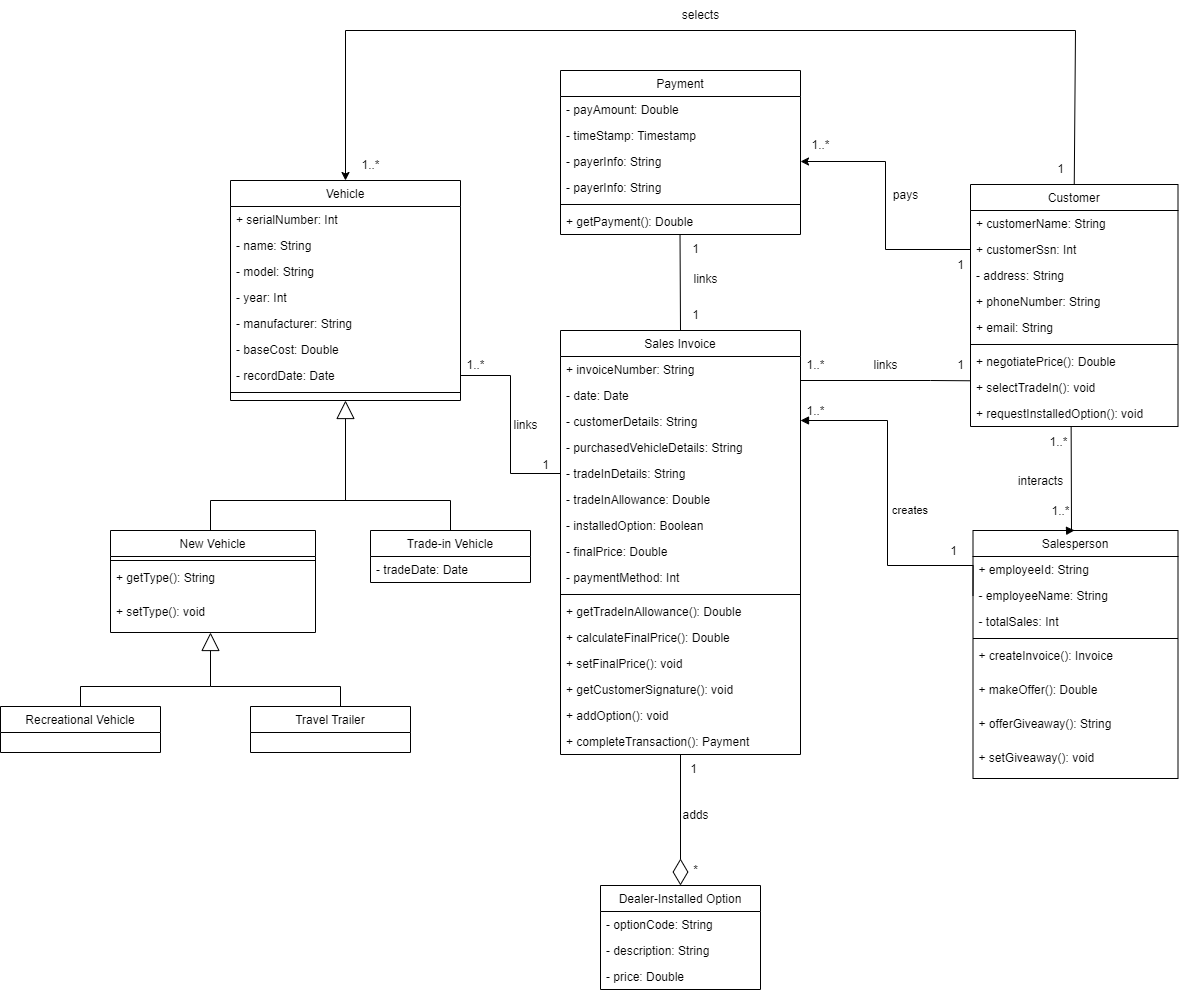
Before: holiday_travel_vehicles.drawio.png, a diagram exported from draw.io (LarryChenCode/IS7020_diagrams). Source tidied: cells renumbered, new cells last; positions are measured from the earlier drawing's top-left corner, leaving out a move shared by most shapes.
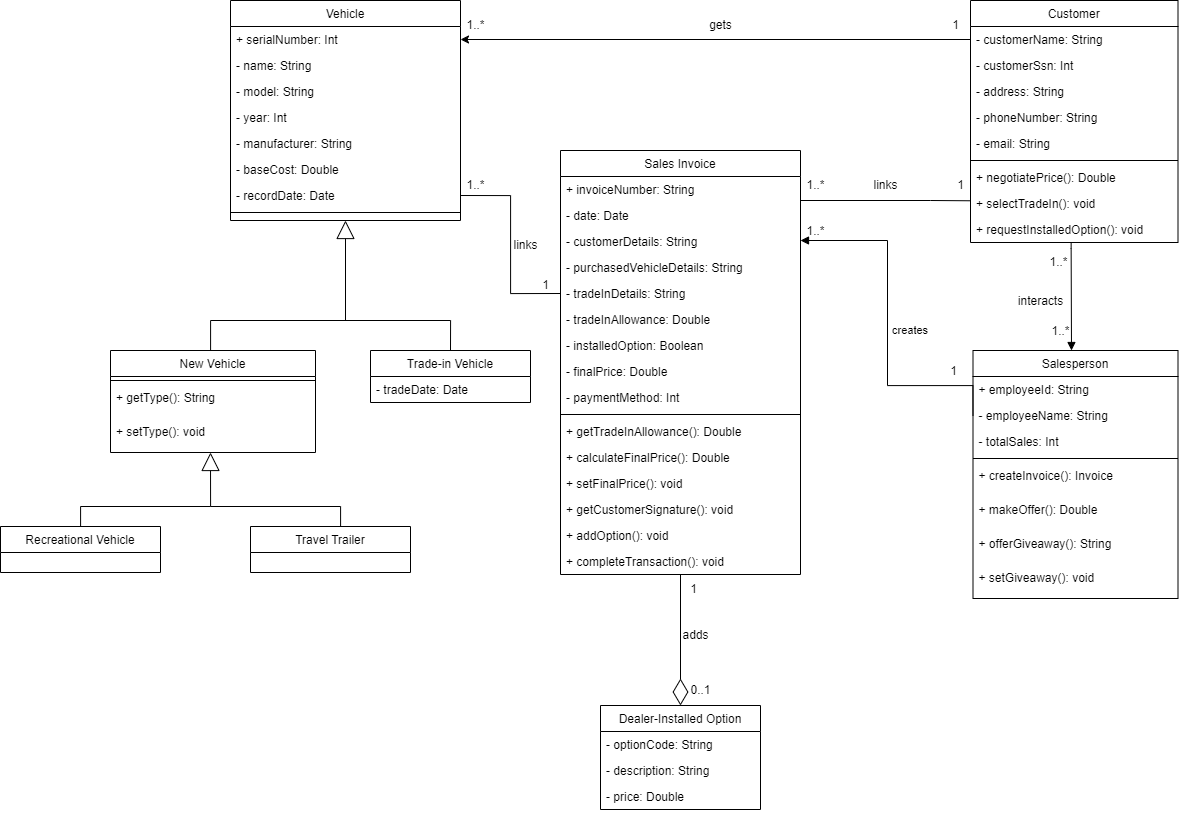
Later version of the same file.

The edit, as a diff of the source:
```diff
@@ -104,33 +104,32 @@
     <mxCell id="35" value="+ addOption(): void" style="text;align=left;verticalAlign=top;spacingLeft=4;spacingRight=4;overflow=hidden;" parent="20" vertex="1">
       <mxGeometry y="372" width="240" height="26" as="geometry" />
     </mxCell>
-    <mxCell id="36" value="+ completeTransaction(): Payment" style="text;align=left;verticalAlign=top;spacingLeft=4;spacingRight=4;overflow=hidden;" parent="20" vertex="1">
+    <mxCell id="36" value="+ completeTransaction(): void" style="text;align=left;verticalAlign=top;spacingLeft=4;spacingRight=4;overflow=hidden;" parent="20" vertex="1">
       <mxGeometry y="398" width="240" height="26" as="geometry" />
     </mxCell>
-    <mxCell id="37" style="edgeStyle=orthogonalEdgeStyle;rounded=0;jettySize=auto;html=1;entryX=0.5;entryY=0;entryDx=0;entryDy=0;exitX=0.5;exitY=0;exitDx=0;exitDy=0;" parent="1" edge="1" source="38" target="2">
+    <mxCell id="37" style="edgeStyle=orthogonalEdgeStyle;rounded=0;jettySize=auto;html=1;entryX=1;entryY=0.5;entryDx=0;entryDy=0;exitX=0;exitY=0.5;exitDx=0;exitDy=0;" parent="1" edge="1" source="39" target="3">
       <mxGeometry relative="1" as="geometry">
         <Array as="points">
-          <mxPoint x="1075" y="30" />
-          <mxPoint x="345" y="30" />
+          <mxPoint x="970" y="219" />
         </Array>
       </mxGeometry>
     </mxCell>
     <mxCell id="38" value="Customer" style="swimlane;fontStyle=0;align=center;verticalAlign=top;horizontal=1;startSize=26;rounded=0;shadow=0;strokeWidth=1;" parent="1" vertex="1">
-      <mxGeometry x="970" y="184" width="207.5" height="242" as="geometry" />
+      <mxGeometry x="970" y="180" width="207.5" height="242" as="geometry" />
     </mxCell>
-    <mxCell id="39" value="+ customerName: String" style="text;align=left;verticalAlign=top;spacingLeft=4;spacingRight=4;overflow=hidden;points=[[0,0.5],[1,0.5]];portConstraint=eastwest;" parent="38" vertex="1">
+    <mxCell id="39" value="- customerName: String" style="text;align=left;verticalAlign=top;spacingLeft=4;spacingRight=4;overflow=hidden;points=[[0,0.5],[1,0.5]];portConstraint=eastwest;" parent="38" vertex="1">
       <mxGeometry y="26" width="207.5" height="26" as="geometry" />
     </mxCell>
-    <mxCell id="40" value="+ customerSsn: Int" style="text;align=left;verticalAlign=top;spacingLeft=4;spacingRight=4;overflow=hidden;points=[[0,0.5],[1,0.5]];portConstraint=eastwest;" parent="38" vertex="1">
+    <mxCell id="40" value="- customerSsn: Int" style="text;align=left;verticalAlign=top;spacingLeft=4;spacingRight=4;overflow=hidden;points=[[0,0.5],[1,0.5]];portConstraint=eastwest;" parent="38" vertex="1">
       <mxGeometry y="52" width="207.5" height="26" as="geometry" />
     </mxCell>
     <mxCell id="41" value="- address: String" style="text;align=left;verticalAlign=top;spacingLeft=4;spacingRight=4;overflow=hidden;rounded=0;shadow=0;html=0;" parent="38" vertex="1">
       <mxGeometry y="78" width="207.5" height="26" as="geometry" />
     </mxCell>
-    <mxCell id="42" value="+ phoneNumber: String" style="text;align=left;verticalAlign=top;spacingLeft=4;spacingRight=4;overflow=hidden;rounded=0;shadow=0;html=0;" parent="38" vertex="1">
+    <mxCell id="42" value="- phoneNumber: String" style="text;align=left;verticalAlign=top;spacingLeft=4;spacingRight=4;overflow=hidden;rounded=0;shadow=0;html=0;" parent="38" vertex="1">
       <mxGeometry y="104" width="207.5" height="26" as="geometry" />
     </mxCell>
-    <mxCell id="43" value="+ email: String" style="text;align=left;verticalAlign=top;spacingLeft=4;spacingRight=4;overflow=hidden;rounded=0;shadow=0;html=0;" parent="38" vertex="1">
+    <mxCell id="43" value="- email: String" style="text;align=left;verticalAlign=top;spacingLeft=4;spacingRight=4;overflow=hidden;rounded=0;shadow=0;html=0;" parent="38" vertex="1">
       <mxGeometry y="130" width="207.5" height="26" as="geometry" />
     </mxCell>
     <mxCell id="44" style="line;html=1;strokeWidth=1;align=left;verticalAlign=middle;spacingTop=-1;spacingLeft=3;spacingRight=3;labelPosition=right;" parent="38" vertex="1">
@@ -157,8 +156,9 @@
     <mxCell id="51" value="- price: Double" style="text;align=left;verticalAlign=top;spacingLeft=4;spacingRight=4;overflow=hidden;" parent="48" vertex="1">
       <mxGeometry y="78" width="160" height="26" as="geometry" />
     </mxCell>
-    <mxCell id="52" style="endArrow=block;endFill=1;html=1;edgeStyle=orthogonalEdgeStyle;align=left;verticalAlign=top;rounded=0;entryX=0.852;entryY=1.129;entryDx=0;entryDy=0;entryPerimeter=0;exitX=0.485;exitY=1.007;exitDx=0;exitDy=0;exitPerimeter=0;" parent="1" edge="1" source="47" target="53">
+    <mxCell id="52" style="endArrow=block;endFill=1;html=1;edgeStyle=orthogonalEdgeStyle;align=left;verticalAlign=top;rounded=0;exitX=0.485;exitY=1.007;exitDx=0;exitDy=0;exitPerimeter=0;" parent="1" edge="1" source="47">
       <mxGeometry x="-0.23" y="-41" relative="1" as="geometry">
+        <mxPoint x="1070" y="530" as="targetPoint" />
         <Array as="points">
           <mxPoint x="1071" y="428" />
           <mxPoint x="1071" y="428" />
@@ -169,12 +169,12 @@
     <mxCell id="53" value="1..*" style="text;html=1;align=center;verticalAlign=middle;points=[];strokeColor=none;fillColor=none;" parent="1" vertex="1">
       <mxGeometry x="1040" y="496" width="40" height="30" as="geometry" />
     </mxCell>
-    <mxCell id="54" value="creates" style="endArrow=block;endFill=1;html=1;edgeStyle=orthogonalEdgeStyle;align=left;verticalAlign=top;rounded=0;exitX=0;exitY=0.5;exitDx=0;exitDy=0;entryX=1;entryY=0.5;entryDx=0;entryDy=0;" parent="1" edge="1" source="13" target="23">
+    <mxCell id="54" value="creates" style="endArrow=block;endFill=1;html=1;edgeStyle=orthogonalEdgeStyle;align=left;verticalAlign=top;rounded=0;exitX=0;exitY=0.5;exitDx=0;exitDy=0;entryX=0.125;entryY=0.8;entryDx=0;entryDy=0;entryPerimeter=0;" parent="1" edge="1" source="13" target="55">
       <mxGeometry x="0.06" y="-3" relative="1" as="geometry">
         <Array as="points">
+          <mxPoint x="972" y="565" />
           <mxPoint x="887" y="565" />
           <mxPoint x="887" y="420" />
-          <mxPoint x="800" y="420" />
         </Array>
       </mxGeometry>
     </mxCell>
@@ -205,7 +205,7 @@
       </mxGeometry>
     </mxCell>
     <mxCell id="60" value="1" style="text;html=1;align=center;verticalAlign=middle;strokeColor=none;fillColor=none;" parent="1" vertex="1">
-      <mxGeometry x="1045" y="154" width="30" height="30" as="geometry" />
+      <mxGeometry x="940" y="190" width="30" height="30" as="geometry" />
     </mxCell>
     <mxCell id="61" value="links" style="text;html=1;align=center;verticalAlign=middle;strokeColor=none;fillColor=none;" parent="1" vertex="1">
       <mxGeometry x="500" y="410" width="50" height="30" as="geometry" />
@@ -261,8 +261,8 @@
     <mxCell id="74" value="1" style="text;html=1;align=center;verticalAlign=middle;strokeColor=none;fillColor=none;" parent="1" vertex="1">
       <mxGeometry x="678" y="754" width="30" height="30" as="geometry" />
     </mxCell>
-    <mxCell id="75" value="*" style="text;html=1;align=center;verticalAlign=middle;strokeColor=none;fillColor=none;" parent="1" vertex="1">
-      <mxGeometry x="680" y="855" width="30" height="30" as="geometry" />
+    <mxCell id="75" value="0..1" style="text;html=1;align=center;verticalAlign=middle;strokeColor=none;fillColor=none;" parent="1" vertex="1">
+      <mxGeometry x="680" y="855" width="40" height="30" as="geometry" />
     </mxCell>
     <mxCell id="76" value="adds" style="text;html=1;align=center;verticalAlign=middle;strokeColor=none;fillColor=none;" parent="1" vertex="1">
       <mxGeometry x="670" y="800" width="50" height="30" as="geometry" />
@@ -287,61 +287,12 @@
     <mxCell id="81" style="endArrow=none;html=1;edgeStyle=orthogonalEdgeStyle;rounded=0;exitX=1;exitY=0.5;exitDx=0;exitDy=0;entryX=0;entryY=0.5;entryDx=0;entryDy=0;" parent="1" edge="1" source="9" target="25">
       <mxGeometry relative="1" as="geometry" />
     </mxCell>
-    <mxCell id="82" value="Payment" style="swimlane;fontStyle=0;align=center;verticalAlign=top;horizontal=1;startSize=26;rounded=0;shadow=0;strokeWidth=1;" parent="1" vertex="1">
-      <mxGeometry x="560" y="70" width="240" height="164" as="geometry" />
-    </mxCell>
-    <mxCell id="83" value="- payAmount: Double" style="text;align=left;verticalAlign=top;spacingLeft=4;spacingRight=4;overflow=hidden;" parent="82" vertex="1">
-      <mxGeometry y="26" width="240" height="26" as="geometry" />
-    </mxCell>
-    <mxCell id="84" value="- timeStamp: Timestamp" style="text;align=left;verticalAlign=top;spacingLeft=4;spacingRight=4;overflow=hidden;" parent="82" vertex="1">
-      <mxGeometry y="52" width="240" height="26" as="geometry" />
-    </mxCell>
-    <mxCell id="85" value="- payerInfo: String" style="text;align=left;verticalAlign=top;spacingLeft=4;spacingRight=4;overflow=hidden;points=[[0,0.5],[1,0.5]];portConstraint=eastwest;" parent="82" vertex="1">
-      <mxGeometry y="78" width="240" height="26" as="geometry" />
-    </mxCell>
-    <mxCell id="86" value="- payerInfo: String" style="text;align=left;verticalAlign=top;spacingLeft=4;spacingRight=4;overflow=hidden;" parent="82" vertex="1">
-      <mxGeometry y="104" width="240" height="26" as="geometry" />
-    </mxCell>
-    <mxCell id="87" style="line;html=1;strokeWidth=1;align=left;verticalAlign=middle;spacingTop=-1;spacingLeft=3;spacingRight=3;labelPosition=right;" parent="82" vertex="1">
-      <mxGeometry y="130" width="240" height="8" as="geometry" />
-    </mxCell>
-    <mxCell id="88" value="+ getPayment(): Double" style="text;align=left;verticalAlign=top;spacingLeft=4;spacingRight=4;overflow=hidden;points=[[0,0.5],[1,0.5]];portConstraint=eastwest;" parent="82" vertex="1">
-      <mxGeometry y="138" width="240" height="26" as="geometry" />
-    </mxCell>
     <mxCell id="89" value="1..*" style="text;html=1;align=center;verticalAlign=middle;strokeColor=none;fillColor=none;" parent="1" vertex="1">
-      <mxGeometry x="350" y="150" width="40" height="30" as="geometry" />
+      <mxGeometry x="455" y="190" width="40" height="30" as="geometry" />
     </mxCell>
-    <mxCell id="90" value="selects" style="text;html=1;align=center;verticalAlign=middle;strokeColor=none;fillColor=none;" parent="1" vertex="1">
-      <mxGeometry x="670" width="60" height="30" as="geometry" />
+    <mxCell id="90" value="gets" style="text;html=1;align=center;verticalAlign=middle;strokeColor=none;fillColor=none;" parent="1" vertex="1">
+      <mxGeometry x="695" y="190" width="50" height="30" as="geometry" />
     </mxCell>
-    <mxCell id="91" value="1" style="text;html=1;align=center;verticalAlign=middle;strokeColor=none;fillColor=none;" parent="1" vertex="1">
-      <mxGeometry x="680" y="300" width="30" height="30" as="geometry" />
-    </mxCell>
-    <mxCell id="92" value="1" style="text;html=1;align=center;verticalAlign=middle;strokeColor=none;fillColor=none;" parent="1" vertex="1">
-      <mxGeometry x="680" y="234" width="30" height="30" as="geometry" />
-    </mxCell>
-    <mxCell id="93" value="links" style="text;html=1;align=center;verticalAlign=middle;strokeColor=none;fillColor=none;" parent="1" vertex="1">
-      <mxGeometry x="680" y="264" width="50" height="30" as="geometry" />
-    </mxCell>
-    <mxCell id="94" style="endArrow=none;html=1;edgeStyle=orthogonalEdgeStyle;rounded=0;entryX=0.5;entryY=0;entryDx=0;entryDy=0;exitX=0.498;exitY=1.003;exitDx=0;exitDy=0;exitPerimeter=0;" parent="1" edge="1" source="88" target="20">
-      <mxGeometry relative="1" as="geometry">
-        <Array as="points">
-          <mxPoint x="680" y="234" />
-        </Array>
-      </mxGeometry>
-    </mxCell>
-    <mxCell id="95" style="edgeStyle=orthogonalEdgeStyle;rounded=0;jettySize=auto;html=1;exitX=0;exitY=0.5;exitDx=0;exitDy=0;entryX=1;entryY=0.5;entryDx=0;entryDy=0;" parent="1" edge="1" source="40" target="85">
-      <mxGeometry relative="1" as="geometry" />
-    </mxCell>
-    <mxCell id="96" value="pays" style="text;html=1;align=center;verticalAlign=middle;strokeColor=none;fillColor=none;" parent="1" vertex="1">
-      <mxGeometry x="880" y="180" width="50" height="30" as="geometry" />
-    </mxCell>
-    <mxCell id="97" value="1" style="text;html=1;align=center;verticalAlign=middle;strokeColor=none;fillColor=none;" parent="1" vertex="1">
-      <mxGeometry x="945" y="250" width="30" height="30" as="geometry" />
-    </mxCell>
-    <mxCell id="98" value="1..*" style="text;html=1;align=center;verticalAlign=middle;strokeColor=none;fillColor=none;" parent="1" vertex="1">
-      <mxGeometry x="800" y="130" width="40" height="30" as="geometry" />
-    </mxCell>
     <mxCell id="99" value="interacts" style="text;html=1;align=center;verticalAlign=middle;strokeColor=none;fillColor=none;" parent="1" vertex="1">
       <mxGeometry x="1005" y="466" width="70" height="30" as="geometry" />
     </mxCell>
```
